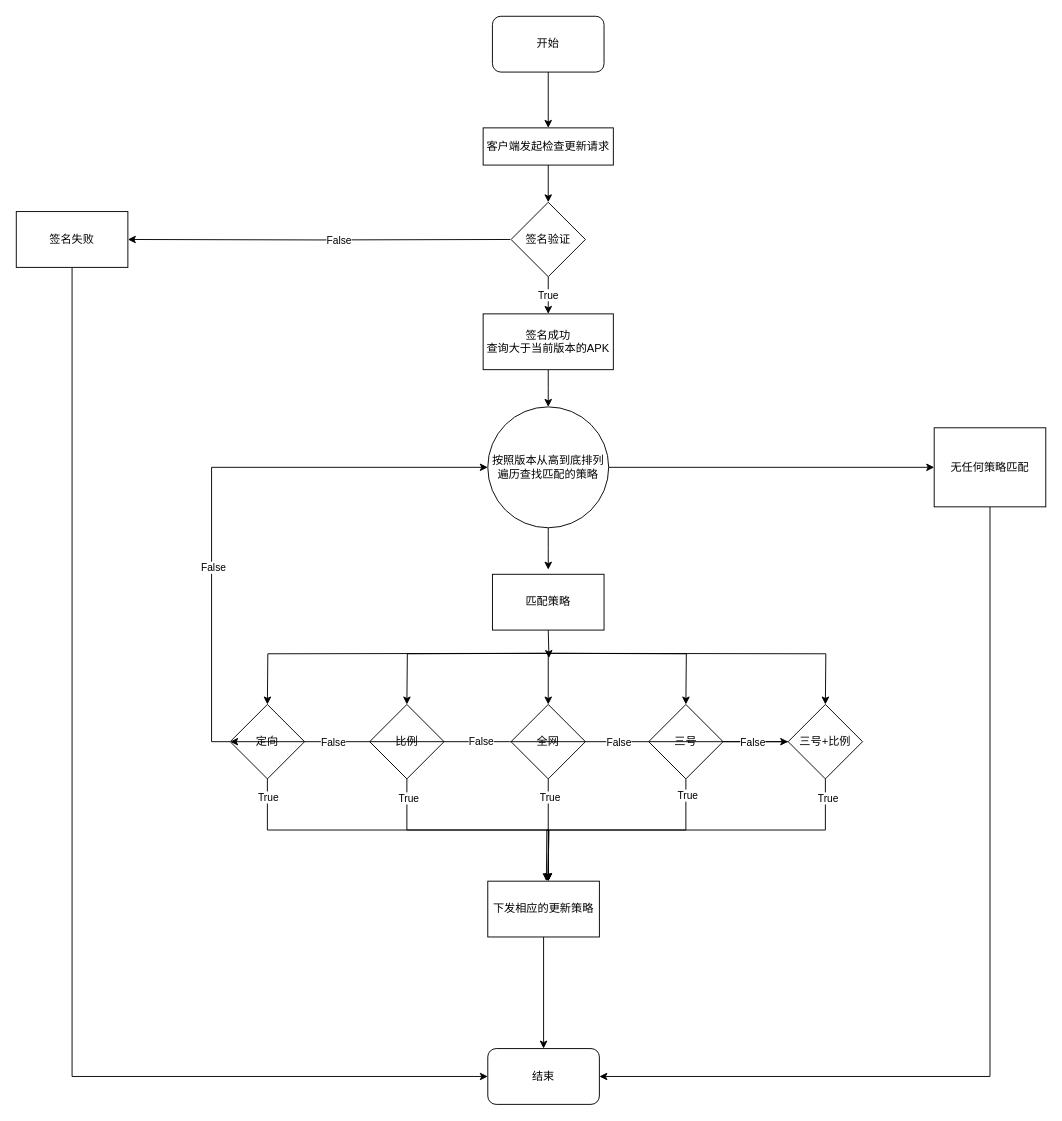
Before: 流程图/应用自更新流程图.drawio in sunshibao/draw, a draw.io diagram. Source tidied: cells renumbered, new cells numbered last; positions are measured from the earlier drawing's top-left corner, leaving out a move shared by most shapes. Both pictures are drawn from the tidied source at 93%, with x=0, y=0 at pixel (16, 16).
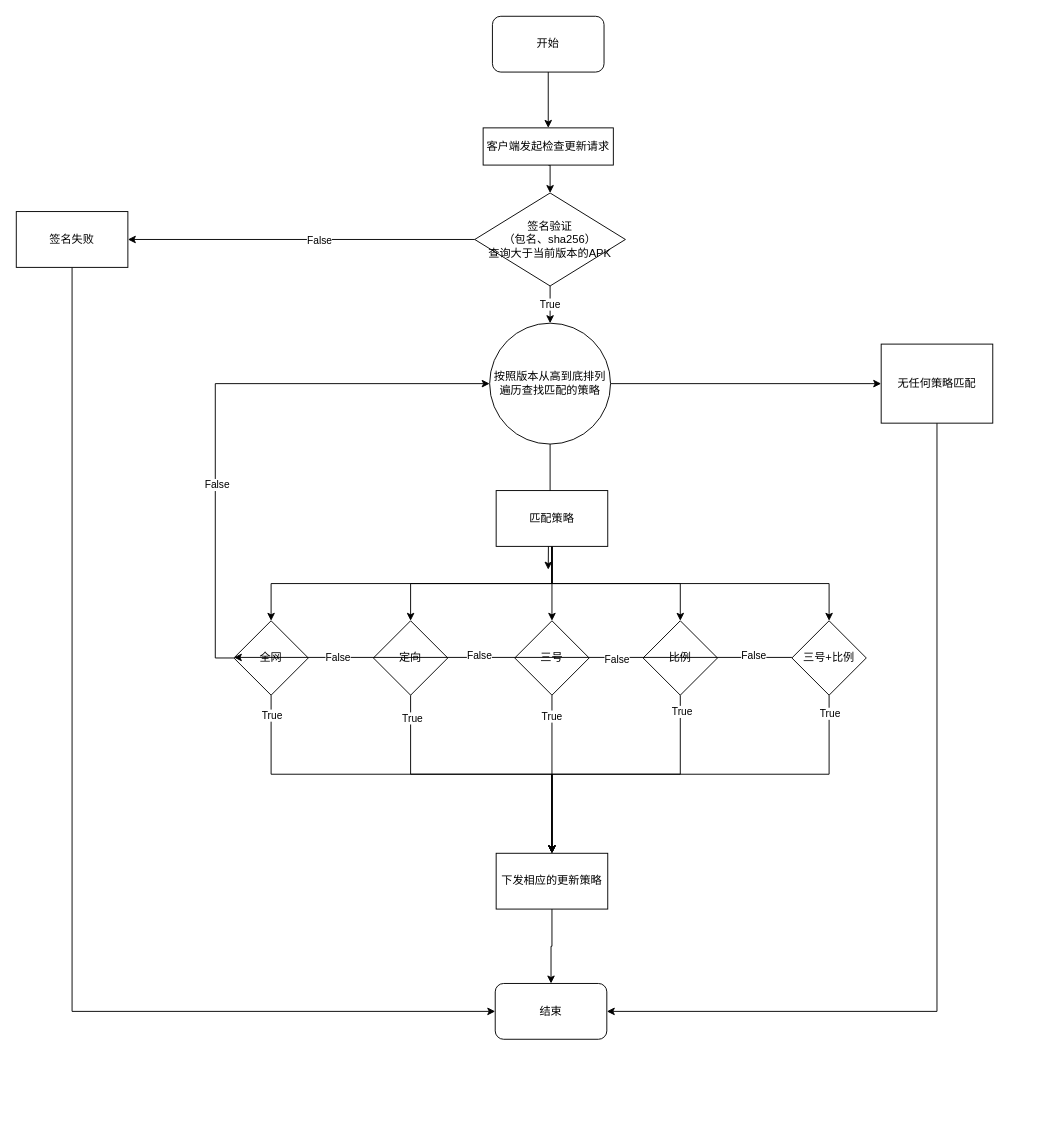
The same page after the edit.

Commit message:
更新应用自更新流程图.drawio

The change refers to these unchanged cells:
```xml
<mxCell id="9" value="签名失败" style="rounded=0;whiteSpace=wrap;html=1;" parent="1" vertex="1">
  <mxGeometry y="210" width="120" height="60" as="geometry" />
</mxCell>
```

What changed in the source:
```diff
@@
-    <mxCell id="4" style="edgeStyle=orthogonalEdgeStyle;rounded=0;jettySize=auto;html=1;exitX=0;exitY=0.5;exitDx=0;exitDy=0;entryX=1;entryY=0.5;entryDx=0;entryDy=0;" parent="1" edge="1" target="9">
-      <mxGeometry relative="1" as="geometry">
-        <mxPoint x="531" y="240" as="sourcePoint" />
-      </mxGeometry>
+    <mxCell id="4" style="edgeStyle=orthogonalEdgeStyle;rounded=0;jettySize=auto;html=1;exitX=0;exitY=0.5;exitDx=0;exitDy=0;entryX=1;entryY=0.5;entryDx=0;entryDy=0;" parent="1" edge="1" source="7" target="9">
+      <mxGeometry relative="1" as="geometry" />
     </mxCell>
@@
-    <mxCell id="6" value="True" style="edgeStyle=orthogonalEdgeStyle;rounded=0;jettySize=auto;html=1;exitX=0.5;exitY=1;exitDx=0;exitDy=0;entryX=0.5;entryY=0;entryDx=0;entryDy=0;" parent="1" edge="1" source="7" target="11">
+    <mxCell id="6" value="True" style="edgeStyle=orthogonalEdgeStyle;rounded=0;jettySize=auto;html=1;exitX=0.5;exitY=1;exitDx=0;exitDy=0;entryX=0.5;entryY=0;entryDx=0;entryDy=0;" parent="1" edge="1" source="7" target="14">
       <mxGeometry relative="1" as="geometry" />
     </mxCell>
-    <mxCell id="7" value="签名验证" style="rhombus;whiteSpace=wrap;html=1;" parent="1" vertex="1">
-      <mxGeometry x="532" y="200" width="80" height="80" as="geometry" />
+    <mxCell id="7" value="签名验证&lt;div&gt;（包名、sha256）&lt;div&gt;&lt;div&gt;查询大于当前版本的APK&lt;/div&gt;&lt;/div&gt;&lt;/div&gt;" style="rhombus;whiteSpace=wrap;html=1;" parent="1" vertex="1">
+      <mxGeometry x="493" y="190" width="162" height="100" as="geometry" />
     </mxCell>
@@
-    <mxCell id="10" style="edgeStyle=orthogonalEdgeStyle;rounded=0;jettySize=auto;html=1;exitX=0.5;exitY=1;exitDx=0;exitDy=0;entryX=0.5;entryY=0;entryDx=0;entryDy=0;" parent="1" edge="1" source="11">
-      <mxGeometry relative="1" as="geometry">
-        <mxPoint x="572" y="420" as="targetPoint" />
-      </mxGeometry>
-    </mxCell>
-    <mxCell id="11" value="签名成功&lt;div&gt;查询大于当前版本的APK&lt;/div&gt;" style="rounded=0;whiteSpace=wrap;html=1;" parent="1" vertex="1">
-      <mxGeometry x="502" y="320" width="140" height="60" as="geometry" />
-    </mxCell>
@@
     <mxCell id="14" value="按照版本从高到底排列&lt;div&gt;遍历查找匹配的策略&lt;/div&gt;" style="ellipse;whiteSpace=wrap;html=1;" parent="1" vertex="1">
-      <mxGeometry x="507" y="420" width="130" height="130" as="geometry" />
+      <mxGeometry x="509" y="330" width="130" height="130" as="geometry" />
     </mxCell>
-    <mxCell id="15" style="edgeStyle=orthogonalEdgeStyle;rounded=0;orthogonalLoop=1;jettySize=auto;html=1;exitX=0.5;exitY=1;exitDx=0;exitDy=0;" parent="1" edge="1">
-      <mxGeometry relative="1" as="geometry">
-        <mxPoint x="572" y="685" as="sourcePoint" />
-        <mxPoint x="572" y="740" as="targetPoint" />
-      </mxGeometry>
-    </mxCell>
-    <mxCell id="16" style="edgeStyle=orthogonalEdgeStyle;rounded=0;orthogonalLoop=1;jettySize=auto;html=1;exitX=0.5;exitY=1;exitDx=0;exitDy=0;" parent="1" edge="1">
-      <mxGeometry relative="1" as="geometry">
-        <mxPoint x="572" y="685" as="sourcePoint" />
-        <mxPoint x="270" y="740" as="targetPoint" />
-      </mxGeometry>
-    </mxCell>
-    <mxCell id="17" style="edgeStyle=orthogonalEdgeStyle;rounded=0;orthogonalLoop=1;jettySize=auto;html=1;exitX=0.5;exitY=1;exitDx=0;exitDy=0;" parent="1" edge="1">
-      <mxGeometry relative="1" as="geometry">
-        <mxPoint x="572" y="685" as="sourcePoint" />
-        <mxPoint x="420" y="740" as="targetPoint" />
-      </mxGeometry>
-    </mxCell>
-    <mxCell id="18" style="edgeStyle=orthogonalEdgeStyle;rounded=0;orthogonalLoop=1;jettySize=auto;html=1;exitX=0.5;exitY=1;exitDx=0;exitDy=0;" parent="1" edge="1">
-      <mxGeometry relative="1" as="geometry">
-        <mxPoint x="572" y="685" as="sourcePoint" />
-        <mxPoint x="720" y="740" as="targetPoint" />
-      </mxGeometry>
-    </mxCell>
-    <mxCell id="19" style="edgeStyle=orthogonalEdgeStyle;rounded=0;orthogonalLoop=1;jettySize=auto;html=1;exitX=0.5;exitY=1;exitDx=0;exitDy=0;" parent="1" edge="1">
-      <mxGeometry relative="1" as="geometry">
-        <mxPoint x="572" y="685" as="sourcePoint" />
-        <mxPoint x="870" y="740" as="targetPoint" />
-      </mxGeometry>
-    </mxCell>
-    <mxCell id="20" style="edgeStyle=orthogonalEdgeStyle;rounded=0;jettySize=auto;html=1;exitX=0.5;exitY=1;exitDx=0;exitDy=0;" parent="1" edge="1" source="24">
-      <mxGeometry relative="1" as="geometry">
-        <mxPoint x="572" y="930" as="targetPoint" />
-      </mxGeometry>
+    <mxCell id="20" style="edgeStyle=orthogonalEdgeStyle;rounded=0;jettySize=auto;html=1;exitX=0.5;exitY=1;exitDx=0;exitDy=0;entryX=0.5;entryY=0;entryDx=0;entryDy=0;" parent="1" edge="1" source="24" target="49">
+      <mxGeometry relative="1" as="geometry" />
     </mxCell>
@@
-    <mxCell id="24" value="定向" style="rhombus;whiteSpace=wrap;html=1;" parent="1" vertex="1">
-      <mxGeometry x="230" y="740" width="80" height="80" as="geometry" />
+    <mxCell id="24" value="全网" style="rhombus;whiteSpace=wrap;html=1;" parent="1" vertex="1">
+      <mxGeometry x="234" y="650" width="80" height="80" as="geometry" />
     </mxCell>
-    <mxCell id="25" style="edgeStyle=orthogonalEdgeStyle;rounded=0;jettySize=auto;html=1;exitX=0.5;exitY=1;exitDx=0;exitDy=0;" parent="1" edge="1" source="27">
-      <mxGeometry relative="1" as="geometry">
-        <mxPoint x="572" y="930" as="targetPoint" />
-      </mxGeometry>
+    <mxCell id="25" style="edgeStyle=orthogonalEdgeStyle;rounded=0;jettySize=auto;html=1;exitX=0.5;exitY=1;exitDx=0;exitDy=0;entryX=0.5;entryY=0;entryDx=0;entryDy=0;" parent="1" edge="1" source="27" target="49">
+      <mxGeometry relative="1" as="geometry" />
     </mxCell>
@@
-    <mxCell id="27" value="比例" style="rhombus;whiteSpace=wrap;html=1;" parent="1" vertex="1">
-      <mxGeometry x="380" y="740" width="80" height="80" as="geometry" />
+    <mxCell id="27" value="定向" style="rhombus;whiteSpace=wrap;html=1;" parent="1" vertex="1">
+      <mxGeometry x="384" y="650" width="80" height="80" as="geometry" />
     </mxCell>
-    <mxCell id="28" style="edgeStyle=orthogonalEdgeStyle;rounded=0;jettySize=auto;html=1;exitX=0.5;exitY=1;exitDx=0;exitDy=0;" parent="1" edge="1" source="30">
-      <mxGeometry relative="1" as="geometry">
-        <mxPoint x="571.9" y="930" as="targetPoint" />
-      </mxGeometry>
-    </mxCell>
-    <mxCell id="29" value="True" style="edgeLabel;html=1;align=center;verticalAlign=middle;" parent="28" vertex="1">
-      <mxGeometry x="-0.65" y="1" relative="1" as="geometry" />
-    </mxCell>
-    <mxCell id="30" value="全网" style="rhombus;whiteSpace=wrap;html=1;" parent="1" vertex="1">
-      <mxGeometry x="532" y="740" width="80" height="80" as="geometry" />
-    </mxCell>
-    <mxCell id="31" style="edgeStyle=orthogonalEdgeStyle;rounded=0;jettySize=auto;html=1;exitX=0.5;exitY=1;exitDx=0;exitDy=0;" parent="1" edge="1" source="34">
-      <mxGeometry relative="1" as="geometry">
-        <mxPoint x="572" y="930" as="targetPoint" />
-      </mxGeometry>
-    </mxCell>
-    <mxCell id="32" value="True" style="edgeLabel;html=1;align=center;verticalAlign=middle;" parent="31" vertex="1">
-      <mxGeometry x="-0.87" y="1" relative="1" as="geometry" />
-    </mxCell>
-    <mxCell id="33" style="edgeStyle=orthogonalEdgeStyle;rounded=0;jettySize=auto;html=1;" parent="1" edge="1" source="34" target="42">
-      <mxGeometry relative="1" as="geometry" />
-    </mxCell>
+    <mxCell id="52" style="edgeStyle=orthogonalEdgeStyle;rounded=0;jettySize=auto;html=1;exitX=0.5;exitY=1;exitDx=0;exitDy=0;entryX=0.5;entryY=0;entryDx=0;entryDy=0;" parent="1" edge="1" source="30" target="49">
+      <mxGeometry relative="1" as="geometry" />
+    </mxCell>
+    <mxCell id="53" value="True" style="edgeLabel;html=1;align=center;verticalAlign=middle;" parent="52" vertex="1">
+      <mxGeometry x="-0.82" y="-1" relative="1" as="geometry">
+        <mxPoint y="7" as="offset" />
+      </mxGeometry>
+    </mxCell>
+    <mxCell id="54" style="edgeStyle=orthogonalEdgeStyle;rounded=0;jettySize=auto;html=1;exitX=0.5;exitY=1;exitDx=0;exitDy=0;entryX=0.5;entryY=0;entryDx=0;entryDy=0;" parent="1" edge="1" source="34" target="49">
+      <mxGeometry relative="1" as="geometry" />
+    </mxCell>
+    <mxCell id="55" value="True" style="edgeLabel;html=1;align=center;verticalAlign=middle;" parent="54" vertex="1">
+      <mxGeometry x="-0.89" y="1" relative="1" as="geometry" />
+    </mxCell>
-    <mxCell id="34" value="三号" style="rhombus;whiteSpace=wrap;html=1;" parent="1" vertex="1">
-      <mxGeometry x="680" y="740" width="80" height="80" as="geometry" />
+    <mxCell id="34" value="比例" style="rhombus;whiteSpace=wrap;html=1;" parent="1" vertex="1">
+      <mxGeometry x="674" y="650" width="80" height="80" as="geometry" />
     </mxCell>
-    <mxCell id="35" style="edgeStyle=orthogonalEdgeStyle;rounded=0;jettySize=auto;html=1;exitX=0.5;exitY=1;exitDx=0;exitDy=0;" parent="1" edge="1" source="42">
-      <mxGeometry relative="1" as="geometry">
-        <mxPoint x="570" y="930" as="targetPoint" />
-      </mxGeometry>
-    </mxCell>
-    <mxCell id="36" value="True" style="edgeLabel;html=1;align=center;verticalAlign=middle;" parent="35" vertex="1">
-      <mxGeometry x="-0.9" y="2" relative="1" as="geometry" />
-    </mxCell>
-    <mxCell id="37" style="edgeStyle=orthogonalEdgeStyle;rounded=0;jettySize=auto;html=1;exitX=0;exitY=0.5;exitDx=0;exitDy=0;" parent="1" edge="1" source="42">
-      <mxGeometry relative="1" as="geometry">
-        <mxPoint x="230" y="780" as="targetPoint" />
-      </mxGeometry>
-    </mxCell>
-    <mxCell id="38" value="False" style="edgeLabel;html=1;align=center;verticalAlign=middle;" parent="37" vertex="1">
-      <mxGeometry x="0.63" relative="1" as="geometry">
-        <mxPoint x="-1" as="offset" />
-      </mxGeometry>
-    </mxCell>
-    <mxCell id="39" value="False" style="edgeLabel;html=1;align=center;verticalAlign=middle;" parent="37" vertex="1">
-      <mxGeometry x="0.1" y="-1" relative="1" as="geometry">
-        <mxPoint x="-1" as="offset" />
-      </mxGeometry>
-    </mxCell>
-    <mxCell id="40" value="False" style="edgeLabel;html=1;align=center;verticalAlign=middle;" parent="37" vertex="1">
-      <mxGeometry x="-0.39" y="3" relative="1" as="geometry">
-        <mxPoint y="-3" as="offset" />
-      </mxGeometry>
-    </mxCell>
-    <mxCell id="41" value="False" style="edgeLabel;html=1;align=center;verticalAlign=middle;" parent="37" vertex="1">
-      <mxGeometry x="-0.87" y="2" relative="1" as="geometry">
-        <mxPoint y="-2" as="offset" />
-      </mxGeometry>
-    </mxCell>
-    <mxCell id="42" value="三号+比例" style="rhombus;whiteSpace=wrap;html=1;" parent="1" vertex="1">
-      <mxGeometry x="830" y="740" width="80" height="80" as="geometry" />
-    </mxCell>
@@
     <mxCell id="45" value="结束" style="rounded=1;whiteSpace=wrap;html=1;" parent="1" vertex="1">
-      <mxGeometry x="507" y="1110" width="120" height="60" as="geometry" />
+      <mxGeometry x="515" y="1040" width="120" height="60" as="geometry" />
     </mxCell>
-    <mxCell id="46" style="edgeStyle=orthogonalEdgeStyle;rounded=0;jettySize=auto;html=1;exitX=0.5;exitY=1;exitDx=0;exitDy=0;" parent="1" edge="1" source="47">
-      <mxGeometry relative="1" as="geometry">
-        <mxPoint x="572.8" y="690" as="targetPoint" />
-      </mxGeometry>
-    </mxCell>
+    <mxCell id="56" style="edgeStyle=orthogonalEdgeStyle;rounded=0;jettySize=auto;html=1;exitX=0.5;exitY=1;exitDx=0;exitDy=0;entryX=0.5;entryY=0;entryDx=0;entryDy=0;" parent="1" edge="1" source="47" target="30">
+      <mxGeometry relative="1" as="geometry" />
+    </mxCell>
+    <mxCell id="57" style="edgeStyle=orthogonalEdgeStyle;rounded=0;jettySize=auto;html=1;exitX=0.5;exitY=1;exitDx=0;exitDy=0;entryX=0.5;entryY=0;entryDx=0;entryDy=0;" parent="1" edge="1" source="47" target="24">
+      <mxGeometry relative="1" as="geometry" />
+    </mxCell>
+    <mxCell id="58" style="edgeStyle=orthogonalEdgeStyle;rounded=0;jettySize=auto;html=1;exitX=0.5;exitY=1;exitDx=0;exitDy=0;entryX=0.5;entryY=0;entryDx=0;entryDy=0;" parent="1" edge="1" source="47" target="27">
+      <mxGeometry relative="1" as="geometry" />
+    </mxCell>
+    <mxCell id="59" style="edgeStyle=orthogonalEdgeStyle;rounded=0;jettySize=auto;html=1;exitX=0.5;exitY=1;exitDx=0;exitDy=0;entryX=0.5;entryY=0;entryDx=0;entryDy=0;" parent="1" edge="1" source="47" target="34">
+      <mxGeometry relative="1" as="geometry" />
+    </mxCell>
+    <mxCell id="60" style="edgeStyle=orthogonalEdgeStyle;rounded=0;jettySize=auto;html=1;exitX=0.5;exitY=1;exitDx=0;exitDy=0;entryX=0.5;entryY=0;entryDx=0;entryDy=0;" parent="1" edge="1" source="47" target="42">
+      <mxGeometry relative="1" as="geometry" />
+    </mxCell>
     <mxCell id="47" value="匹配策略" style="rounded=0;whiteSpace=wrap;html=1;" parent="1" vertex="1">
-      <mxGeometry x="512" y="600" width="120" height="60" as="geometry" />
+      <mxGeometry x="516" y="510" width="120" height="60" as="geometry" />
     </mxCell>
-    <mxCell id="48" style="edgeStyle=orthogonalEdgeStyle;rounded=0;jettySize=auto;html=1;exitX=0.5;exitY=1;exitDx=0;exitDy=0;" parent="1" edge="1" source="49" target="45">
+    <mxCell id="48" style="edgeStyle=orthogonalEdgeStyle;rounded=0;jettySize=auto;html=1;exitX=0.5;exitY=1;exitDx=0;exitDy=0;entryX=0.5;entryY=0;entryDx=0;entryDy=0;" parent="1" edge="1" source="49" target="45">
       <mxGeometry relative="1" as="geometry" />
     </mxCell>
     <mxCell id="49" value="下发相应的更新策略" style="rounded=0;whiteSpace=wrap;html=1;" parent="1" vertex="1">
-      <mxGeometry x="507" y="930" width="120" height="60" as="geometry" />
+      <mxGeometry x="516" y="900" width="120" height="60" as="geometry" />
     </mxCell>
@@
     <mxCell id="51" value="无任何策略匹配" style="rounded=0;whiteSpace=wrap;html=1;" parent="1" vertex="1">
-      <mxGeometry x="987" y="442.5" width="120" height="85" as="geometry" />
+      <mxGeometry x="930" y="352.5" width="120" height="85" as="geometry" />
     </mxCell>
+    <mxCell id="30" value="三号" style="rhombus;whiteSpace=wrap;html=1;" parent="1" vertex="1">
+      <mxGeometry x="536" y="650" width="80" height="80" as="geometry" />
+    </mxCell>
+    <mxCell id="61" style="edgeStyle=orthogonalEdgeStyle;rounded=0;jettySize=auto;html=1;exitX=0.5;exitY=1;exitDx=0;exitDy=0;entryX=0.5;entryY=0;entryDx=0;entryDy=0;" parent="1" edge="1" source="42" target="49">
+      <mxGeometry relative="1" as="geometry" />
+    </mxCell>
+    <mxCell id="62" value="True" style="edgeLabel;html=1;align=center;verticalAlign=middle;" parent="61" vertex="1">
+      <mxGeometry x="-0.92" relative="1" as="geometry" />
+    </mxCell>
+    <mxCell id="63" style="edgeStyle=orthogonalEdgeStyle;rounded=0;orthogonalLoop=1;jettySize=auto;html=1;exitX=0;exitY=0.5;exitDx=0;exitDy=0;entryX=0;entryY=0.5;entryDx=0;entryDy=0;" parent="1" edge="1">
+      <mxGeometry relative="1" as="geometry">
+        <mxPoint x="834" y="689.4" as="sourcePoint" />
+        <mxPoint x="234" y="689.4" as="targetPoint" />
+      </mxGeometry>
+    </mxCell>
+    <mxCell id="64" value="False" style="edgeLabel;html=1;align=center;verticalAlign=middle;" parent="63" vertex="1">
+      <mxGeometry x="-0.86" y="-2" relative="1" as="geometry" />
+    </mxCell>
+    <mxCell id="65" value="False" style="edgeLabel;html=1;align=center;verticalAlign=middle;" parent="63" vertex="1">
+      <mxGeometry x="-0.37" y="2" relative="1" as="geometry" />
+    </mxCell>
+    <mxCell id="66" value="False" style="edgeLabel;html=1;align=center;verticalAlign=middle;" parent="63" vertex="1">
+      <mxGeometry x="0.12" y="-2" relative="1" as="geometry" />
+    </mxCell>
+    <mxCell id="67" value="False" style="edgeLabel;html=1;align=center;verticalAlign=middle;" parent="63" vertex="1">
+      <mxGeometry x="0.63" relative="1" as="geometry" />
+    </mxCell>
+    <mxCell id="42" value="三号+比例" style="rhombus;whiteSpace=wrap;html=1;" parent="1" vertex="1">
+      <mxGeometry x="834" y="650" width="80" height="80" as="geometry" />
+    </mxCell>
```
